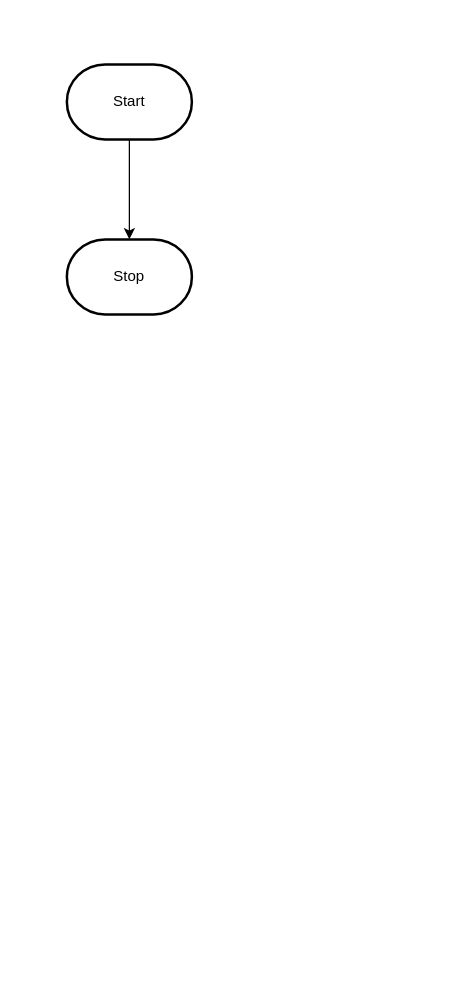
Before: design/flowchart.drawio in MTHS-TEJ2O-1-2023/TEJ2O-Unit-2-12-sophie-nguyen-0, a draw.io diagram. Source tidied: cells renumbered, new cells numbered last; positions are measured from the earlier drawing's top-left corner, leaving out a move shared by most shapes. Both pictures are drawn from the tidied source at 125%, with x=0, y=0 at pixel (66, 64).
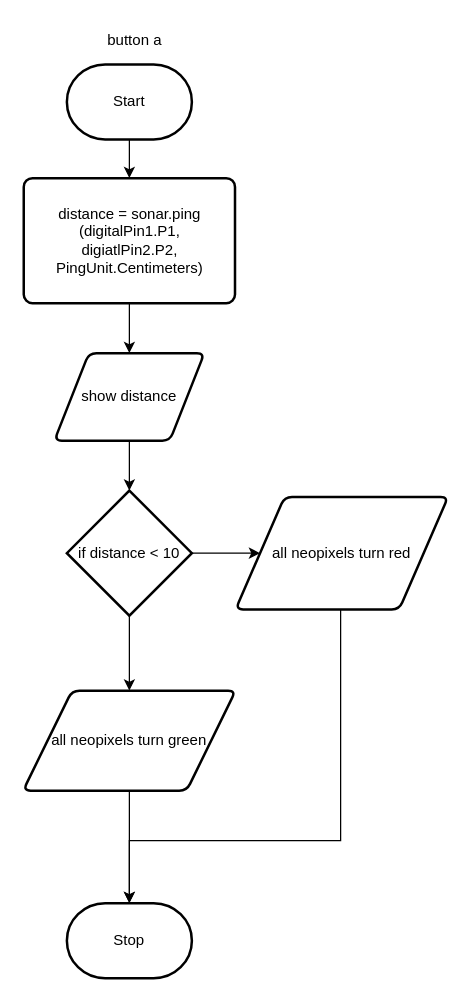
Above is the later version.

The edit, as a diff of the source:
```diff
@@
 <mxGraphModel>
   <root>
     <mxCell id="0" />
     <mxCell id="1" parent="0" />
-    <mxCell id="2" style="edgeStyle=orthogonalEdgeStyle;html=1;rounded=0;" parent="1" edge="1" source="3" target="4">
-      <mxGeometry relative="1" as="geometry" />
-    </mxCell>
+    <mxCell id="5" style="edgeStyle=none;html=1;" parent="1" edge="1" source="3" target="7">
+      <mxGeometry relative="1" as="geometry" />
+    </mxCell>
     <mxCell id="3" value="Start" style="strokeWidth=2;html=1;shape=mxgraph.flowchart.terminator;whiteSpace=wrap;" parent="1" vertex="1">
       <mxGeometry width="100" height="60" as="geometry" />
     </mxCell>
     <mxCell id="4" value="Stop" style="strokeWidth=2;html=1;shape=mxgraph.flowchart.terminator;whiteSpace=wrap;" parent="1" vertex="1">
-      <mxGeometry y="140" width="100" height="60" as="geometry" />
+      <mxGeometry y="671" width="100" height="60" as="geometry" />
     </mxCell>
+    <mxCell id="2" value="button a" style="text;html=1;align=center;verticalAlign=middle;strokeColor=none;fillColor=none;" parent="1" vertex="1">
+      <mxGeometry x="19" y="-34" width="70" height="30" as="geometry" />
+    </mxCell>
+    <mxCell id="6" style="edgeStyle=none;html=1;" parent="1" edge="1" source="7" target="9">
+      <mxGeometry relative="1" as="geometry" />
+    </mxCell>
+    <mxCell id="7" value="distance = sonar.ping (digitalPin1.P1,&lt;br&gt;digiatlPin2.P2,&lt;br&gt;PingUnit.Centimeters)" style="rounded=1;whiteSpace=wrap;html=1;absoluteArcSize=1;arcSize=14;strokeWidth=2;" parent="1" vertex="1">
+      <mxGeometry x="-34.5" y="91" width="169" height="100" as="geometry" />
+    </mxCell>
+    <mxCell id="8" style="edgeStyle=none;html=1;" parent="1" edge="1" source="9" target="12">
+      <mxGeometry relative="1" as="geometry" />
+    </mxCell>
+    <mxCell id="9" value="show distance" style="shape=parallelogram;html=1;strokeWidth=2;perimeter=parallelogramPerimeter;whiteSpace=wrap;rounded=1;arcSize=12;size=0.23;" parent="1" vertex="1">
+      <mxGeometry x="-10" y="231" width="120" height="70" as="geometry" />
+    </mxCell>
+    <mxCell id="10" style="edgeStyle=orthogonalEdgeStyle;html=1;rounded=0;" parent="1" edge="1" source="12" target="14">
+      <mxGeometry relative="1" as="geometry" />
+    </mxCell>
+    <mxCell id="11" style="edgeStyle=none;html=1;" parent="1" edge="1" source="12" target="16">
+      <mxGeometry relative="1" as="geometry" />
+    </mxCell>
+    <mxCell id="12" value="if distance &amp;lt; 10" style="strokeWidth=2;html=1;shape=mxgraph.flowchart.decision;whiteSpace=wrap;" parent="1" vertex="1">
+      <mxGeometry y="341" width="100" height="100" as="geometry" />
+    </mxCell>
+    <mxCell id="13" style="edgeStyle=orthogonalEdgeStyle;html=1;entryX=0.5;entryY=0;entryDx=0;entryDy=0;entryPerimeter=0;rounded=0;" parent="1" edge="1" source="14" target="4">
+      <mxGeometry relative="1" as="geometry">
+        <Array as="points">
+          <mxPoint x="219" y="621" />
+          <mxPoint x="50" y="621" />
+        </Array>
+      </mxGeometry>
+    </mxCell>
+    <mxCell id="14" value="all neopixels turn red" style="shape=parallelogram;html=1;strokeWidth=2;perimeter=parallelogramPerimeter;whiteSpace=wrap;rounded=1;arcSize=12;size=0.23;" parent="1" vertex="1">
+      <mxGeometry x="135" y="346" width="170" height="90" as="geometry" />
+    </mxCell>
+    <mxCell id="15" style="edgeStyle=none;html=1;" parent="1" edge="1" source="16" target="4">
+      <mxGeometry relative="1" as="geometry" />
+    </mxCell>
+    <mxCell id="16" value="all neopixels turn green" style="shape=parallelogram;html=1;strokeWidth=2;perimeter=parallelogramPerimeter;whiteSpace=wrap;rounded=1;arcSize=12;size=0.23;" parent="1" vertex="1">
+      <mxGeometry x="-35" y="501" width="170" height="80" as="geometry" />
+    </mxCell>
   </root>
 </mxGraphModel>
```
